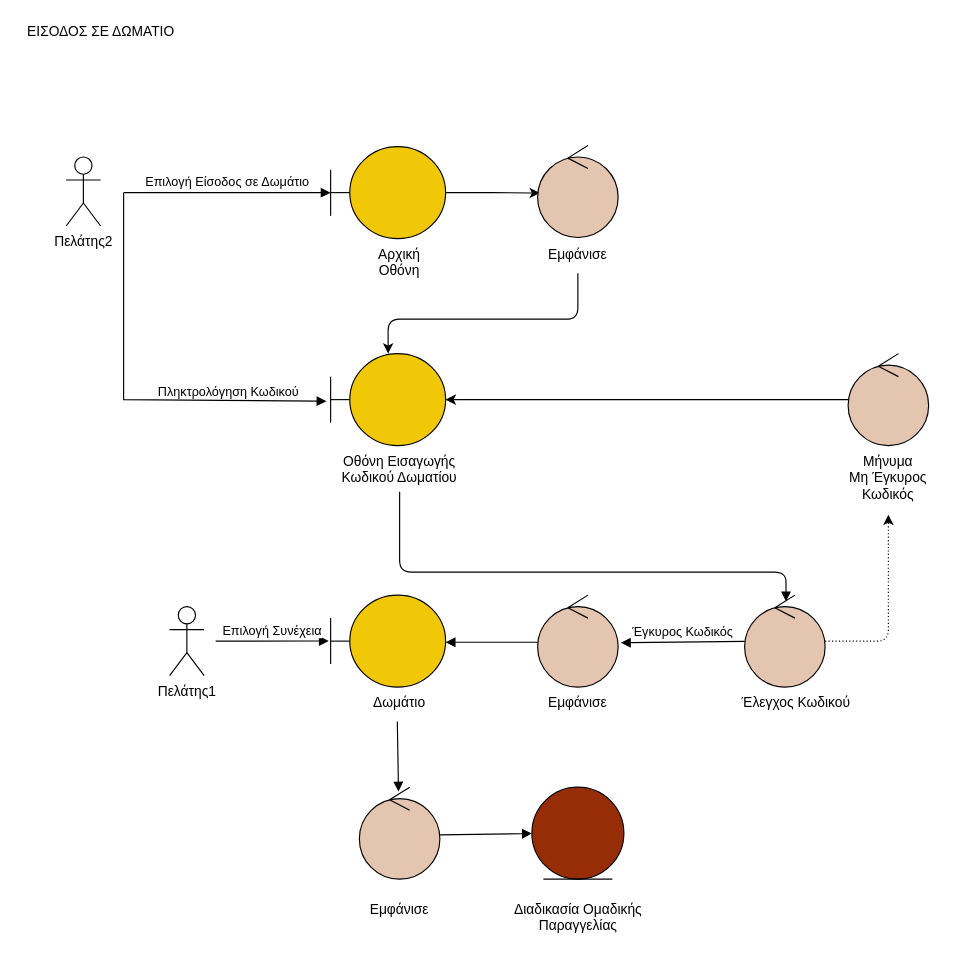
Above: docs/contributions/AthanasiaZ/Writing-Charts/Phase3/Robustness Diagrams/Είσοδος σε Δωμάτιο.drawio in iloudaros/nomnomr (draw.io), before the change. Source tidied: cells renumbered, new cells numbered last; positions are measured from the earlier drawing's top-left corner, leaving out a move shared by most shapes. Both pictures are drawn from the tidied source at 115%, with x=0, y=0 at pixel (20, 20).
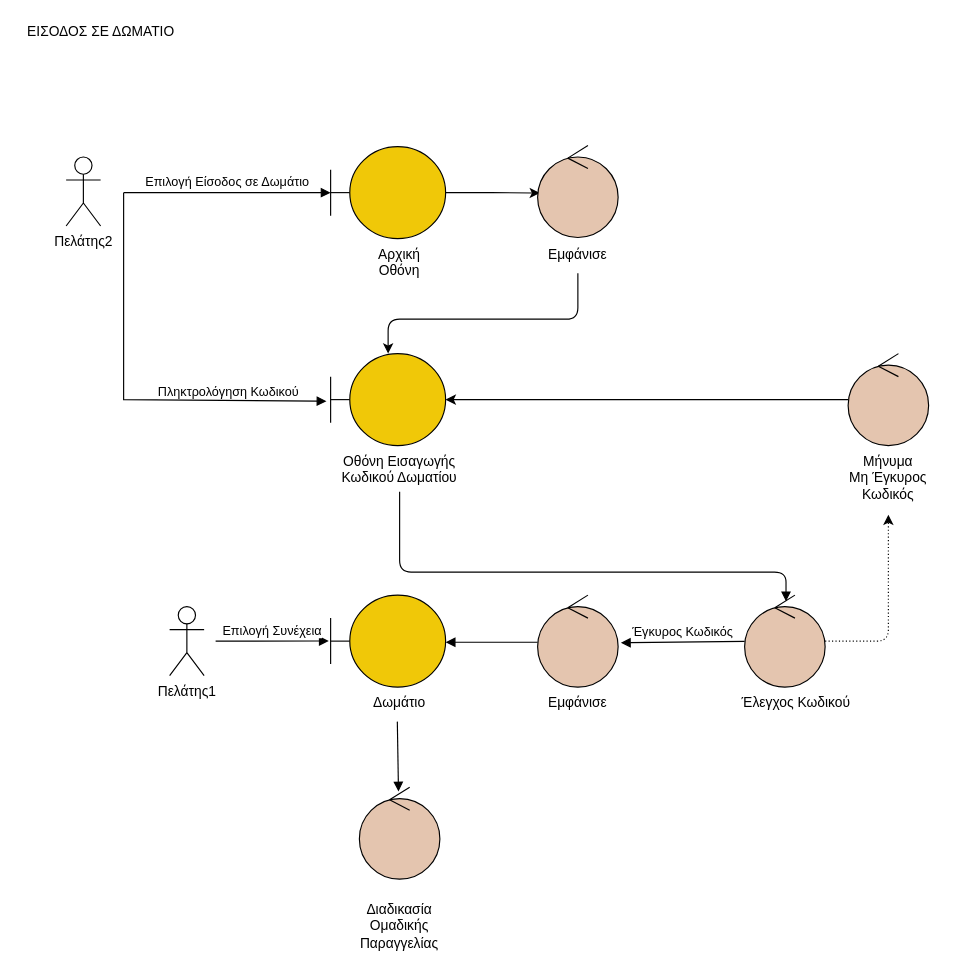
The same diagram, later.

Unchanged cells that the change refers to:
```xml
<mxCell id="20" style="ellipse;shape=umlControl;whiteSpace=wrap;html=1;fillColor=#E4C5AF;" parent="1" vertex="1">
  <mxGeometry x="295" y="667" width="70" height="80" as="geometry" />
</mxCell>
```

What changed in the source:
```diff
@@
-    <mxCell id="22" style="ellipse;shape=umlEntity;whiteSpace=wrap;html=1;fillColor=#972D07;" parent="1" vertex="1">
-      <mxGeometry x="445" y="667" width="80" height="80" as="geometry" />
-    </mxCell>
-    <mxCell id="23" style="html=1;verticalAlign=bottom;endArrow=block;rounded=0;exitX=1.002;exitY=0.519;exitDx=0;exitDy=0;exitPerimeter=0;" parent="1" edge="1" source="20" target="22">
-      <mxGeometry relative="1" as="geometry" />
-    </mxCell>
@@
-    <mxCell id="33" value="&lt;span style=&quot;font-family: helvetica; font-size: 12px; font-style: normal; font-weight: 400; letter-spacing: normal; text-indent: 0px; text-transform: none; word-spacing: 0px; display: inline; float: none;&quot;&gt;Διαδικασία Ομαδικής &lt;br&gt;Παραγγελίας&lt;/span&gt;" style="text;whiteSpace=wrap;html=1;align=center;labelBackgroundColor=none;fontColor=default;" parent="1" vertex="1">
-      <mxGeometry x="397.5" y="760" width="175" height="30" as="geometry" />
-    </mxCell>
-    <mxCell id="34" value="&lt;span style=&quot;font-family: helvetica; font-size: 12px; font-style: normal; font-weight: 400; letter-spacing: normal; text-indent: 0px; text-transform: none; word-spacing: 0px; display: inline; float: none;&quot;&gt;Εμφάνισε&lt;/span&gt;" style="text;whiteSpace=wrap;html=1;align=center;labelBackgroundColor=none;fontColor=default;" parent="1" vertex="1">
+    <mxCell id="34" value="&lt;font face=&quot;helvetica&quot;&gt;Διαδικασία&lt;br&gt;Ομαδικής&lt;br&gt;Παραγγελίας&lt;br&gt;&lt;/font&gt;" style="text;whiteSpace=wrap;html=1;align=center;labelBackgroundColor=none;fontColor=default;" parent="1" vertex="1">
       <mxGeometry x="290" y="760" width="80" height="30" as="geometry" />
     </mxCell>
```
